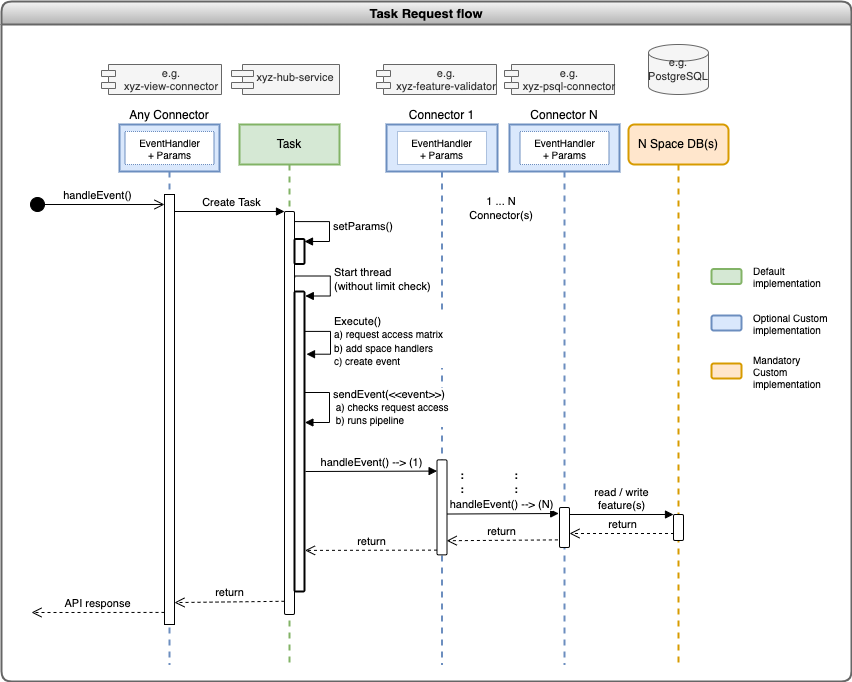
heremaps/xyz-hub keeps this draw.io diagram as docs/diagrams/task_request_flow.png. Above is the earlier version. Source tidied: cells renumbered, new cells last; positions are measured from the earlier drawing's top-left corner, leaving out a move shared by most shapes. The source it was exported from:
```xml
<mxGraphModel>
  <root>
    <mxCell id="0" />
    <mxCell id="1" parent="0" />
    <mxCell id="2" value="Any Connector" style="shape=umlLifeline;perimeter=lifelinePerimeter;whiteSpace=wrap;html=1;fillColor=#dae8fc;strokeColor=#6c8ebf;strokeWidth=2;size=47;labelPosition=center;verticalLabelPosition=top;align=center;verticalAlign=bottom;" parent="1" vertex="1">
      <mxGeometry x="118" y="123" width="100" height="540" as="geometry" />
    </mxCell>
    <mxCell id="3" style="html=1;points=[];perimeter=orthogonalPerimeter;" parent="2" vertex="1">
      <mxGeometry x="45" y="70" width="10" height="430" as="geometry" />
    </mxCell>
    <mxCell id="4" value="API response" style="html=1;verticalAlign=bottom;endArrow=open;dashed=1;endSize=8;exitX=0;exitY=0.986;rounded=0;fontSize=11;exitDx=0;exitDy=0;exitPerimeter=0;" parent="2" edge="1">
      <mxGeometry relative="1" as="geometry">
        <mxPoint x="45" y="487.9" as="sourcePoint" />
        <mxPoint x="-88" y="488" as="targetPoint" />
      </mxGeometry>
    </mxCell>
    <mxCell id="5" value="EventHandler&lt;br&gt;+ Params" style="rounded=0;whiteSpace=wrap;html=1;shadow=0;sketch=0;fontSize=10;strokeColor=#6C8EBF;strokeWidth=1;dashed=1;dashPattern=1 1;" parent="2" vertex="1">
      <mxGeometry x="5.5" y="7" width="89" height="33" as="geometry" />
    </mxCell>
    <mxCell id="6" value="Task" style="shape=umlLifeline;perimeter=lifelinePerimeter;whiteSpace=wrap;html=1;fillColor=#d5e8d4;strokeColor=#82b366;strokeWidth=2;" parent="1" vertex="1">
      <mxGeometry x="238" y="123" width="100" height="540" as="geometry" />
    </mxCell>
    <mxCell id="7" style="html=1;points=[];perimeter=orthogonalPerimeter;rounded=1;shadow=0;sketch=0;fontSize=11;strokeColor=#000000;strokeWidth=1;" parent="6" vertex="1">
      <mxGeometry x="45" y="87" width="10" height="403" as="geometry" />
    </mxCell>
    <mxCell id="8" value="setParams()" style="edgeStyle=orthogonalEdgeStyle;html=1;align=left;spacingLeft=2;endArrow=block;rounded=0;entryX=1;entryY=0;fontSize=11;exitX=1;exitY=0.025;exitDx=0;exitDy=0;exitPerimeter=0;" parent="6" edge="1" source="7">
      <mxGeometry relative="1" as="geometry">
        <mxPoint x="65" y="117" as="targetPoint" />
        <Array as="points">
          <mxPoint x="90" y="97" />
          <mxPoint x="90" y="117" />
        </Array>
      </mxGeometry>
    </mxCell>
    <mxCell id="9" value="N Space DB(s)" style="shape=umlLifeline;perimeter=lifelinePerimeter;whiteSpace=wrap;html=1;fillColor=#ffe6cc;strokeColor=#d79b00;strokeWidth=2;rounded=1;" parent="1" vertex="1">
      <mxGeometry x="627" y="123" width="100" height="540" as="geometry" />
    </mxCell>
    <mxCell id="10" value="handleEvent()" style="html=1;verticalAlign=bottom;startArrow=circle;startFill=1;endArrow=open;startSize=6;endSize=8;rounded=0;fontSize=11;" parent="1" edge="1" target="3">
      <mxGeometry relative="1" as="geometry">
        <mxPoint x="28" y="203" as="sourcePoint" />
      </mxGeometry>
    </mxCell>
    <mxCell id="11" value="xyz-hub-service" style="shape=module;align=left;spacingLeft=20;align=center;verticalAlign=top;rounded=1;shadow=0;sketch=0;fontSize=11;strokeColor=#666666;strokeWidth=1;jettyWidth=22;jettyHeight=6;fillColor=#f5f5f5;fontColor=#333333;" parent="1" vertex="1">
      <mxGeometry x="230" y="63" width="108" height="30" as="geometry" />
    </mxCell>
    <mxCell id="12" value="return" style="html=1;verticalAlign=bottom;endArrow=open;dashed=1;endSize=8;exitX=0;exitY=0.986;rounded=0;fontSize=11;exitDx=0;exitDy=0;exitPerimeter=0;entryX=1;entryY=0.949;entryDx=0;entryDy=0;entryPerimeter=0;" parent="1" edge="1" target="3">
      <mxGeometry relative="1" as="geometry">
        <mxPoint x="283" y="599.8" as="sourcePoint" />
      </mxGeometry>
    </mxCell>
    <mxCell id="13" value="Task Request flow" style="swimlane;rounded=1;shadow=0;sketch=0;fontSize=13;strokeWidth=2;fillColor=#f5f5f5;gradientColor=#b3b3b3;strokeColor=#666666;" parent="1" vertex="1">
      <mxGeometry width="850" height="680" as="geometry" />
    </mxCell>
    <mxCell id="14" style="rounded=1;whiteSpace=wrap;html=1;shadow=0;sketch=0;fontSize=13;strokeColor=#82b366;strokeWidth=2;fillColor=#d5e8d4;" parent="13" vertex="1">
      <mxGeometry x="710" y="267.5" width="30" height="15" as="geometry" />
    </mxCell>
    <mxCell id="15" value="Default implementation" style="text;html=1;strokeColor=none;fillColor=none;align=left;verticalAlign=middle;whiteSpace=wrap;rounded=0;shadow=0;sketch=0;fontSize=10;" parent="13" vertex="1">
      <mxGeometry x="750" y="260" width="60" height="30" as="geometry" />
    </mxCell>
    <mxCell id="16" style="rounded=1;whiteSpace=wrap;html=1;shadow=0;sketch=0;fontSize=13;strokeColor=#6c8ebf;strokeWidth=2;fillColor=#dae8fc;" parent="13" vertex="1">
      <mxGeometry x="710" y="314" width="30" height="15" as="geometry" />
    </mxCell>
    <mxCell id="17" value="Optional Custom implementation" style="text;html=1;strokeColor=none;fillColor=none;align=left;verticalAlign=middle;whiteSpace=wrap;rounded=0;shadow=0;sketch=0;fontSize=10;" parent="13" vertex="1">
      <mxGeometry x="750" y="306.5" width="80" height="30" as="geometry" />
    </mxCell>
    <mxCell id="18" style="rounded=1;whiteSpace=wrap;html=1;shadow=0;sketch=0;fontSize=13;strokeColor=#d79b00;strokeWidth=2;fillColor=#ffe6cc;" parent="13" vertex="1">
      <mxGeometry x="710" y="362" width="30" height="15" as="geometry" />
    </mxCell>
    <mxCell id="19" value="Mandatory Custom implementation" style="text;html=1;strokeColor=none;fillColor=none;align=left;verticalAlign=middle;whiteSpace=wrap;rounded=0;shadow=0;sketch=0;fontSize=10;" parent="13" vertex="1">
      <mxGeometry x="750" y="354.5" width="80" height="30" as="geometry" />
    </mxCell>
    <mxCell id="20" value="Start thread&lt;br&gt;(without limit check)" style="edgeStyle=orthogonalEdgeStyle;html=1;align=left;spacingLeft=2;endArrow=block;rounded=0;entryX=1;entryY=0;fontSize=11;exitX=0.94;exitY=0.067;exitDx=0;exitDy=0;exitPerimeter=0;" parent="13" edge="1">
      <mxGeometry relative="1" as="geometry">
        <mxPoint x="293.2" y="276.1" as="sourcePoint" />
        <mxPoint x="303.8" y="294.5" as="targetPoint" />
        <Array as="points">
          <mxPoint x="292.8" y="274.5" />
          <mxPoint x="328.8" y="274.5" />
          <mxPoint x="328.8" y="294.5" />
        </Array>
      </mxGeometry>
    </mxCell>
    <mxCell id="21" style="html=1;points=[];perimeter=orthogonalPerimeter;rounded=1;shadow=0;sketch=0;fontSize=11;strokeColor=#000000;strokeWidth=2;" parent="13" vertex="1">
      <mxGeometry x="293" y="290" width="10" height="300" as="geometry" />
    </mxCell>
    <mxCell id="22" value="Connector 1" style="shape=umlLifeline;perimeter=lifelinePerimeter;whiteSpace=wrap;html=1;fillColor=#dae8fc;strokeColor=#6C8EBF;strokeWidth=2;size=47;labelPosition=center;verticalLabelPosition=top;align=center;verticalAlign=bottom;" parent="13" vertex="1">
      <mxGeometry x="385" y="123" width="111" height="540" as="geometry" />
    </mxCell>
    <mxCell id="23" value="EventHandler&lt;br&gt;+ Params" style="rounded=0;whiteSpace=wrap;html=1;shadow=0;sketch=0;fontSize=10;strokeColor=#6C8EBF;strokeWidth=1;dashed=1;dashPattern=1 1;" parent="22" vertex="1">
      <mxGeometry x="11" y="7" width="89" height="33" as="geometry" />
    </mxCell>
    <mxCell id="24" style="html=1;points=[];perimeter=orthogonalPerimeter;rounded=1;shadow=0;sketch=0;fontSize=11;strokeColor=#000000;strokeWidth=1;" parent="22" vertex="1">
      <mxGeometry x="50.5" y="335.4" width="10" height="95" as="geometry" />
    </mxCell>
    <mxCell id="25" value=":&lt;br style=&quot;font-size: 11px;&quot;&gt;:" style="text;html=1;strokeColor=none;fillColor=none;align=center;verticalAlign=middle;whiteSpace=wrap;rounded=0;shadow=0;sketch=0;fontSize=11;fontStyle=1;" parent="22" vertex="1">
      <mxGeometry x="60.5" y="343" width="29.5" height="30" as="geometry" />
    </mxCell>
    <mxCell id="26" value="e.g.&#10;xyz-feature-validator" style="shape=module;align=center;spacingLeft=20;align=center;verticalAlign=middle;rounded=1;shadow=0;sketch=0;fontSize=11;strokeColor=#666666;strokeWidth=1;jettyWidth=14;jettyHeight=6;fillColor=#f5f5f5;fontColor=#333333;labelPosition=center;verticalLabelPosition=middle;" parent="13" vertex="1">
      <mxGeometry x="375" y="63" width="120" height="30" as="geometry" />
    </mxCell>
    <mxCell id="27" value="Connector N" style="shape=umlLifeline;perimeter=lifelinePerimeter;whiteSpace=wrap;html=1;fillColor=#dae8fc;strokeColor=#6c8ebf;strokeWidth=2;labelPosition=center;verticalLabelPosition=top;align=center;verticalAlign=bottom;size=47;" parent="13" vertex="1">
      <mxGeometry x="508" y="123" width="110" height="540" as="geometry" />
    </mxCell>
    <mxCell id="28" style="html=1;points=[];perimeter=orthogonalPerimeter;rounded=1;shadow=0;sketch=0;fontSize=11;strokeColor=#000000;strokeWidth=1;" parent="27" vertex="1">
      <mxGeometry x="50" y="383" width="10" height="40" as="geometry" />
    </mxCell>
    <mxCell id="29" value="EventHandler&lt;br&gt;+ Params" style="rounded=0;whiteSpace=wrap;html=1;shadow=0;sketch=0;fontSize=10;strokeColor=#6C8EBF;strokeWidth=1;dashed=1;dashPattern=1 1;" parent="27" vertex="1">
      <mxGeometry x="10.5" y="7" width="89" height="33" as="geometry" />
    </mxCell>
    <mxCell id="30" value=":&lt;br style=&quot;font-size: 11px;&quot;&gt;:" style="text;html=1;strokeColor=none;fillColor=none;align=center;verticalAlign=middle;whiteSpace=wrap;rounded=0;shadow=0;sketch=0;fontSize=11;fontStyle=1;" parent="27" vertex="1">
      <mxGeometry x="-8" y="343" width="29.5" height="30" as="geometry" />
    </mxCell>
    <mxCell id="31" value="e.g.&#10;xyz-psql-connector" style="shape=module;align=center;spacingLeft=20;align=center;verticalAlign=middle;rounded=1;shadow=0;sketch=0;fontSize=11;strokeColor=#666666;strokeWidth=1;jettyWidth=14;jettyHeight=6;fillColor=#f5f5f5;fontColor=#333333;labelPosition=center;verticalLabelPosition=middle;" parent="13" vertex="1">
      <mxGeometry x="503" y="63" width="110" height="30" as="geometry" />
    </mxCell>
    <mxCell id="32" value="handleEvent() --&amp;gt; (1)" style="html=1;verticalAlign=bottom;endArrow=block;entryX=0.01;entryY=0.118;rounded=0;fontSize=11;entryDx=0;entryDy=0;entryPerimeter=0;exitX=1.1;exitY=0.6;exitDx=0;exitDy=0;exitPerimeter=0;" parent="13" edge="1" source="21" target="24">
      <mxGeometry relative="1" as="geometry" />
    </mxCell>
    <mxCell id="33" value="handleEvent() --&amp;gt; (N)" style="html=1;verticalAlign=bottom;endArrow=block;entryX=-0.08;entryY=0.15;rounded=0;fontSize=11;entryDx=0;entryDy=0;entryPerimeter=0;exitX=1;exitY=0.57;exitDx=0;exitDy=0;exitPerimeter=0;" parent="13" edge="1" source="24" target="28">
      <mxGeometry x="-0.02" relative="1" as="geometry" />
    </mxCell>
    <mxCell id="34" value="return" style="html=1;verticalAlign=bottom;endArrow=open;dashed=1;endSize=8;exitX=-0.16;exitY=0.81;rounded=0;fontSize=11;exitDx=0;exitDy=0;exitPerimeter=0;entryX=0.97;entryY=0.851;entryDx=0;entryDy=0;entryPerimeter=0;" parent="13" edge="1" source="28" target="24">
      <mxGeometry relative="1" as="geometry" />
    </mxCell>
    <mxCell id="35" value="return" style="html=1;verticalAlign=bottom;endArrow=open;dashed=1;endSize=8;exitX=0;exitY=0.95;rounded=0;fontSize=11;entryX=1.05;entryY=0.863;entryDx=0;entryDy=0;entryPerimeter=0;" parent="13" edge="1" source="24" target="21">
      <mxGeometry relative="1" as="geometry" />
    </mxCell>
    <mxCell id="36" style="html=1;points=[];perimeter=orthogonalPerimeter;rounded=1;shadow=0;sketch=0;fontSize=11;strokeColor=#000000;strokeWidth=1;" parent="13" vertex="1">
      <mxGeometry x="672" y="513" width="10" height="26" as="geometry" />
    </mxCell>
    <mxCell id="37" value="read / write&lt;br&gt;feature(s)" style="html=1;verticalAlign=bottom;endArrow=block;entryX=0;entryY=0;rounded=0;fontSize=11;" parent="13" edge="1" source="28" target="36">
      <mxGeometry relative="1" as="geometry" />
    </mxCell>
    <mxCell id="38" value="return" style="html=1;verticalAlign=bottom;endArrow=open;dashed=1;endSize=8;exitX=0.05;exitY=0.731;rounded=0;fontSize=11;exitDx=0;exitDy=0;exitPerimeter=0;" parent="13" edge="1" source="36" target="28">
      <mxGeometry relative="1" as="geometry" />
    </mxCell>
    <mxCell id="39" value="1 ... N&lt;br&gt;Connector(s)" style="text;html=1;strokeColor=none;fillColor=none;align=center;verticalAlign=middle;whiteSpace=wrap;rounded=0;shadow=0;dashed=1;dashPattern=1 1;sketch=0;fontSize=11;fontStyle=0;" parent="13" vertex="1">
      <mxGeometry x="470" y="197" width="60" height="20" as="geometry" />
    </mxCell>
    <mxCell id="40" value="e.g. PostgreSQL" style="strokeWidth=1;html=1;shape=mxgraph.flowchart.database;whiteSpace=wrap;rounded=1;shadow=0;sketch=0;fontSize=11;fillColor=#f5f5f5;fontColor=#333333;strokeColor=#666666;" parent="13" vertex="1">
      <mxGeometry x="647" y="43" width="60" height="50" as="geometry" />
    </mxCell>
    <mxCell id="41" style="html=1;points=[];perimeter=orthogonalPerimeter;rounded=1;shadow=0;sketch=0;fontSize=11;strokeColor=#000000;strokeWidth=2;" parent="13" vertex="1">
      <mxGeometry x="293" y="237.5" width="10" height="25" as="geometry" />
    </mxCell>
    <mxCell id="42" value="Execute()&lt;br&gt;&lt;font style=&quot;font-size: 10px&quot;&gt;a) request access matrix&lt;br&gt;b) add space handlers&lt;br&gt;c) create event&lt;/font&gt;" style="edgeStyle=orthogonalEdgeStyle;html=1;align=left;spacingLeft=2;endArrow=block;rounded=0;fontSize=11;exitX=1;exitY=0.043;exitDx=0;exitDy=0;exitPerimeter=0;entryX=1.2;entryY=0.119;entryDx=0;entryDy=0;entryPerimeter=0;" parent="13" edge="1">
      <mxGeometry relative="1" as="geometry">
        <mxPoint x="303" y="329.9" as="sourcePoint" />
        <mxPoint x="305" y="352.7" as="targetPoint" />
        <Array as="points">
          <mxPoint x="329" y="330" />
          <mxPoint x="329" y="353" />
        </Array>
      </mxGeometry>
    </mxCell>
    <mxCell id="43" value="e.g.&#10;xyz-view-connector" style="shape=module;align=center;spacingLeft=20;align=center;verticalAlign=middle;rounded=1;shadow=0;sketch=0;fontSize=11;strokeColor=#666666;strokeWidth=1;jettyWidth=14;jettyHeight=6;fillColor=#f5f5f5;fontColor=#333333;labelPosition=center;verticalLabelPosition=middle;" parent="13" vertex="1">
      <mxGeometry x="100" y="63" width="120" height="30" as="geometry" />
    </mxCell>
    <mxCell id="44" value="sendEvent(&amp;lt;&amp;lt;event&amp;gt;&amp;gt;)&lt;br&gt;&lt;font style=&quot;font-size: 10px&quot;&gt;&amp;nbsp;a) checks request access&lt;br&gt;&amp;nbsp;b) runs pipeline&lt;/font&gt;" style="edgeStyle=orthogonalEdgeStyle;html=1;align=left;spacingLeft=2;endArrow=block;rounded=0;entryX=1;entryY=0;fontSize=11;" parent="1" edge="1">
      <mxGeometry relative="1" as="geometry">
        <mxPoint x="303" y="391" as="sourcePoint" />
        <mxPoint x="303.4" y="421" as="targetPoint" />
        <Array as="points">
          <mxPoint x="328" y="391" />
          <mxPoint x="328" y="421" />
        </Array>
      </mxGeometry>
    </mxCell>
    <mxCell id="45" value="Create Task&lt;font style=&quot;font-size: 10px&quot;&gt;&lt;br&gt;&lt;/font&gt;" style="html=1;verticalAlign=bottom;endArrow=block;entryX=0;entryY=0;rounded=0;fontSize=11;labelBackgroundColor=none;" parent="1" edge="1" target="7">
      <mxGeometry x="0.04" relative="1" as="geometry">
        <mxPoint x="173" y="210" as="sourcePoint" />
      </mxGeometry>
    </mxCell>
  </root>
</mxGraphModel>
```
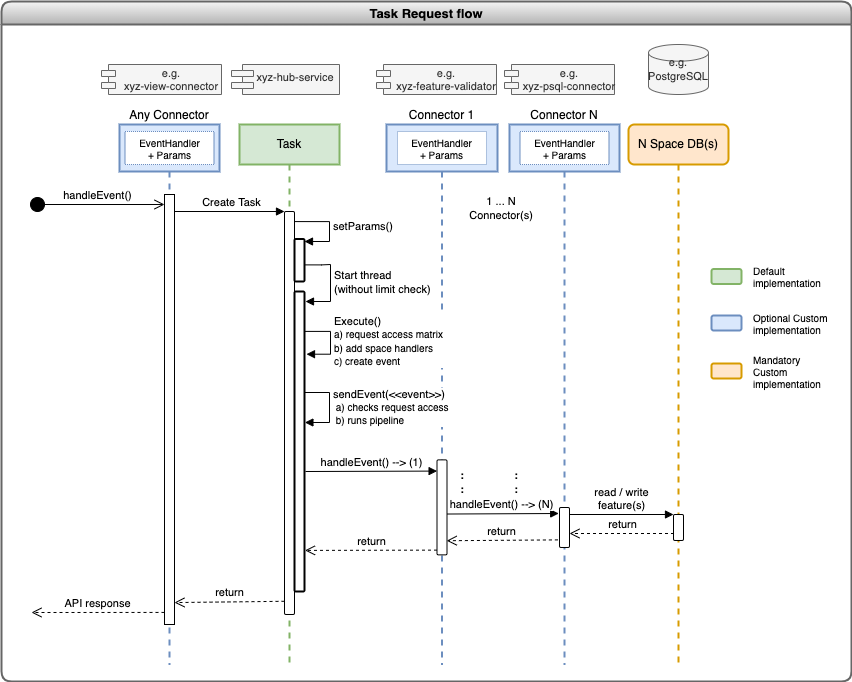
Above is the later version.

Commit message:
Updated request flow diagram

What changed in the source:
```diff
@@ -69,14 +69,13 @@
     <mxCell id="19" value="Mandatory Custom implementation" style="text;html=1;strokeColor=none;fillColor=none;align=left;verticalAlign=middle;whiteSpace=wrap;rounded=0;shadow=0;sketch=0;fontSize=10;" parent="13" vertex="1">
       <mxGeometry x="750" y="354.5" width="80" height="30" as="geometry" />
     </mxCell>
-    <mxCell id="20" value="Start thread&lt;br&gt;(without limit check)" style="edgeStyle=orthogonalEdgeStyle;html=1;align=left;spacingLeft=2;endArrow=block;rounded=0;entryX=1;entryY=0;fontSize=11;exitX=0.94;exitY=0.067;exitDx=0;exitDy=0;exitPerimeter=0;" parent="13" edge="1">
+    <mxCell id="20" value="Start thread&lt;br&gt;(without limit check)" style="edgeStyle=orthogonalEdgeStyle;html=1;align=left;spacingLeft=2;endArrow=block;rounded=0;fontSize=11;exitX=0.962;exitY=0.609;exitDx=0;exitDy=0;exitPerimeter=0;" parent="13" edge="1" source="41">
       <mxGeometry relative="1" as="geometry">
-        <mxPoint x="293.2" y="276.1" as="sourcePoint" />
-        <mxPoint x="303.8" y="294.5" as="targetPoint" />
+        <mxPoint x="304" y="300" as="targetPoint" />
         <Array as="points">
-          <mxPoint x="292.8" y="274.5" />
-          <mxPoint x="328.8" y="274.5" />
-          <mxPoint x="328.8" y="294.5" />
+          <mxPoint x="320" y="263" />
+          <mxPoint x="329" y="263" />
+          <mxPoint x="329" y="294" />
         </Array>
       </mxGeometry>
     </mxCell>
@@ -141,7 +140,7 @@
       <mxGeometry x="647" y="43" width="60" height="50" as="geometry" />
     </mxCell>
     <mxCell id="41" style="html=1;points=[];perimeter=orthogonalPerimeter;rounded=1;shadow=0;sketch=0;fontSize=11;strokeColor=#000000;strokeWidth=2;" parent="13" vertex="1">
-      <mxGeometry x="293" y="237.5" width="10" height="25" as="geometry" />
+      <mxGeometry x="293" y="237.5" width="10" height="42.5" as="geometry" />
     </mxCell>
     <mxCell id="42" value="Execute()&lt;br&gt;&lt;font style=&quot;font-size: 10px&quot;&gt;a) request access matrix&lt;br&gt;b) add space handlers&lt;br&gt;c) create event&lt;/font&gt;" style="edgeStyle=orthogonalEdgeStyle;html=1;align=left;spacingLeft=2;endArrow=block;rounded=0;fontSize=11;exitX=1;exitY=0.043;exitDx=0;exitDy=0;exitPerimeter=0;entryX=1.2;entryY=0.119;entryDx=0;entryDy=0;entryPerimeter=0;" parent="13" edge="1">
       <mxGeometry relative="1" as="geometry">
```
